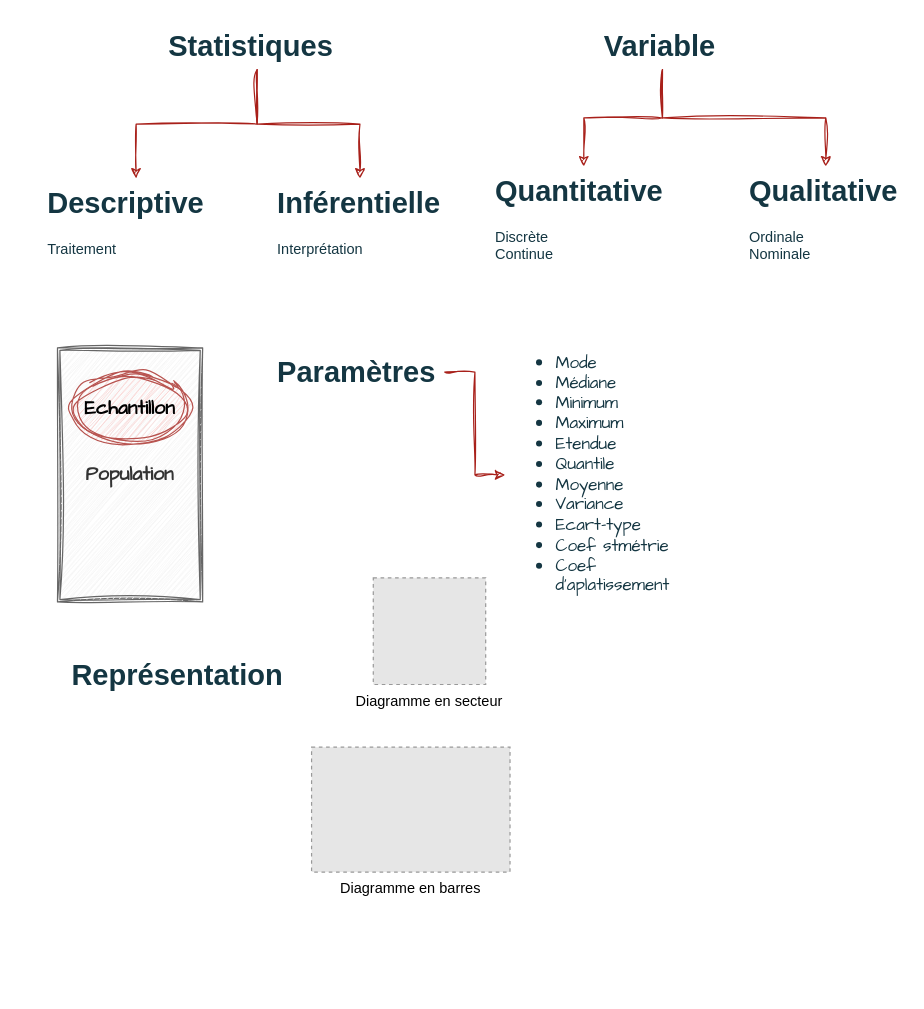
Before: TD/summary.drawio in LouisManiere/Stats_M1_HBV, a draw.io diagram. Source tidied: cells renumbered, new cells numbered last; positions are measured from the earlier drawing's top-left corner, leaving out a move shared by most shapes. Both pictures are drawn from the tidied source at 121%, with x=0, y=0 at pixel (45, 21). Pictures stored in the file or linked from it are replaced by grey dashed boxes.
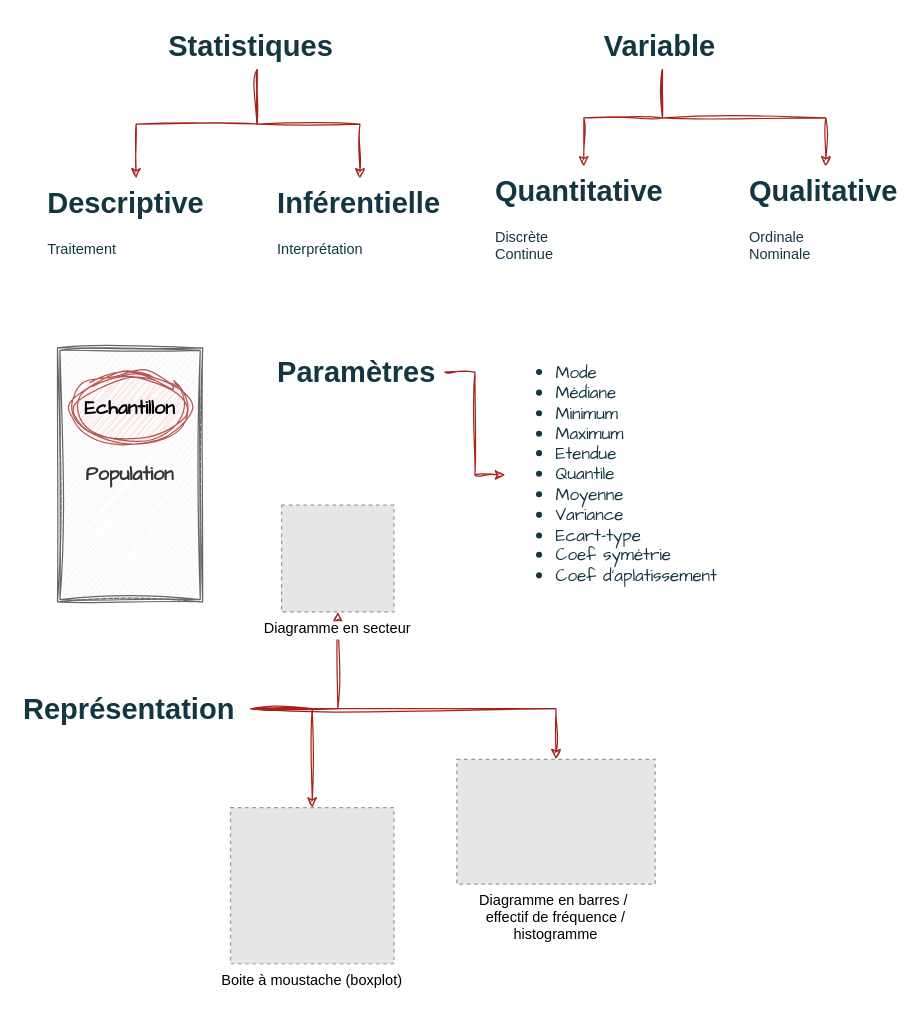
The same page after the edit.

Commit message (it also covers changes not shown here):
Mettre à jour summary.drawio

Change to the diagram source:
```diff
@@
-    <mxCell id="17" value="&lt;ul style=&quot;font-size: 14px;&quot;&gt;&lt;li style=&quot;font-size: 14px;&quot;&gt;Mode&lt;/li&gt;&lt;li style=&quot;font-size: 14px;&quot;&gt;Médiane&lt;br style=&quot;font-size: 14px;&quot;&gt;&lt;/li&gt;&lt;li style=&quot;font-size: 14px;&quot;&gt;Minimum&lt;/li&gt;&lt;li style=&quot;font-size: 14px;&quot;&gt;Maximum&lt;/li&gt;&lt;li style=&quot;font-size: 14px;&quot;&gt;Etendue&lt;/li&gt;&lt;li style=&quot;font-size: 14px;&quot;&gt;Quantile&lt;/li&gt;&lt;li style=&quot;font-size: 14px;&quot;&gt;Moyenne&lt;/li&gt;&lt;li style=&quot;font-size: 14px;&quot;&gt;Variance&lt;/li&gt;&lt;li style=&quot;font-size: 14px;&quot;&gt;Ecart-type&lt;/li&gt;&lt;li style=&quot;font-size: 14px;&quot;&gt;Coef stmétrie&lt;/li&gt;&lt;li style=&quot;font-size: 14px;&quot;&gt;Coef d'aplatissement&lt;br style=&quot;font-size: 14px;&quot;&gt;&lt;/li&gt;&lt;/ul&gt;" style="text;strokeColor=none;fillColor=none;html=1;whiteSpace=wrap;verticalAlign=middle;overflow=hidden;fontFamily=Architects Daughter;fontColor=#143642;fontSize=14;" parent="1" vertex="1">
-      <mxGeometry x="380" y="255" width="160" height="240" as="geometry" />
+    <mxCell id="17" value="&lt;ul style=&quot;font-size: 14px;&quot;&gt;&lt;li style=&quot;font-size: 14px;&quot;&gt;Mode&lt;/li&gt;&lt;li style=&quot;font-size: 14px;&quot;&gt;Médiane&lt;br style=&quot;font-size: 14px;&quot;&gt;&lt;/li&gt;&lt;li style=&quot;font-size: 14px;&quot;&gt;Minimum&lt;/li&gt;&lt;li style=&quot;font-size: 14px;&quot;&gt;Maximum&lt;/li&gt;&lt;li style=&quot;font-size: 14px;&quot;&gt;Etendue&lt;/li&gt;&lt;li style=&quot;font-size: 14px;&quot;&gt;Quantile&lt;/li&gt;&lt;li style=&quot;font-size: 14px;&quot;&gt;Moyenne&lt;/li&gt;&lt;li style=&quot;font-size: 14px;&quot;&gt;Variance&lt;/li&gt;&lt;li style=&quot;font-size: 14px;&quot;&gt;Ecart-type&lt;/li&gt;&lt;li style=&quot;font-size: 14px;&quot;&gt;Coef symétrie&lt;/li&gt;&lt;li style=&quot;font-size: 14px;&quot;&gt;Coef d'aplatissement&lt;br style=&quot;font-size: 14px;&quot;&gt;&lt;/li&gt;&lt;/ul&gt;" style="text;strokeColor=none;fillColor=none;html=1;whiteSpace=wrap;verticalAlign=middle;overflow=hidden;fontFamily=Architects Daughter;fontColor=#143642;fontSize=14;" parent="1" vertex="1">
+      <mxGeometry x="380" y="255" width="200" height="240" as="geometry" />
     </mxCell>
+    <mxCell id="21" style="edgeStyle=orthogonalEdgeStyle;rounded=0;sketch=1;hachureGap=4;jiggle=2;curveFitting=1;jettySize=auto;html=1;strokeColor=#A8201A;fontFamily=Architects Daughter;fontColor=#143642;fillColor=#FAE5C7;" parent="1" edge="1" source="18" target="19">
+      <mxGeometry relative="1" as="geometry" />
+    </mxCell>
+    <mxCell id="22" style="edgeStyle=orthogonalEdgeStyle;rounded=0;sketch=1;hachureGap=4;jiggle=2;curveFitting=1;jettySize=auto;html=1;strokeColor=#A8201A;fontFamily=Architects Daughter;fontColor=#143642;fillColor=#FAE5C7;" parent="1" edge="1" source="18" target="20">
+      <mxGeometry relative="1" as="geometry" />
+    </mxCell>
+    <mxCell id="23" style="edgeStyle=orthogonalEdgeStyle;rounded=0;sketch=1;hachureGap=4;jiggle=2;curveFitting=1;jettySize=auto;html=1;strokeColor=#A8201A;fontFamily=Architects Daughter;fontColor=#143642;fillColor=#FAE5C7;exitX=1;exitY=0.5;exitDx=0;exitDy=0;" parent="1" edge="1" source="18" target="24">
+      <mxGeometry relative="1" as="geometry" />
+    </mxCell>
     <mxCell id="18" value="&lt;h1 style=&quot;margin-top: 0px;&quot;&gt;Représentation&lt;br&gt;&lt;/h1&gt;" style="text;html=1;whiteSpace=wrap;overflow=hidden;rounded=0;sketch=1;curveFitting=1;jiggle=2;labelBackgroundColor=none;fontColor=#143642;" parent="1" vertex="1">
-      <mxGeometry x="20" y="520" width="190" height="40" as="geometry" />
+      <mxGeometry x="-20" y="548.2" width="190" height="40" as="geometry" />
     </mxCell>
     <mxCell id="19" value="Diagramme en secteur" style="fillColor=#E6E6E6;strokeColor=#999999;dashed=1;verticalLabelPosition=bottom;labelBackgroundColor=default;verticalAlign=top;" parent="1" vertex="1">
-      <mxGeometry x="271" y="460" width="92.9" height="88.2" as="geometry" />
+      <mxGeometry x="195.2" y="400" width="92.9" height="88.2" as="geometry" />
     </mxCell>
-    <mxCell id="20" value="Diagramme en barres" style="fillColor=#E6E6E6;strokeColor=#999999;dashed=1;verticalLabelPosition=bottom;labelBackgroundColor=default;verticalAlign=top;" parent="1" vertex="1">
-      <mxGeometry x="220" y="600" width="164" height="103.2" as="geometry" />
+    <mxCell id="20" value="Diagramme en barres / &#10;effectif de fréquence /&#10;histogramme&#10;" style="fillColor=#E6E6E6;strokeColor=#999999;dashed=1;verticalLabelPosition=bottom;labelBackgroundColor=default;verticalAlign=top;" parent="1" vertex="1">
+      <mxGeometry x="340" y="610" width="164" height="103.2" as="geometry" />
     </mxCell>
+    <mxCell id="24" value="Boite à moustache (boxplot)" style="fillColor=#E6E6E6;strokeColor=#999999;dashed=1;verticalLabelPosition=bottom;labelBackgroundColor=default;verticalAlign=top;" parent="1" vertex="1">
+      <mxGeometry x="153" y="650" width="135.1" height="129" as="geometry" />
+    </mxCell>
```
